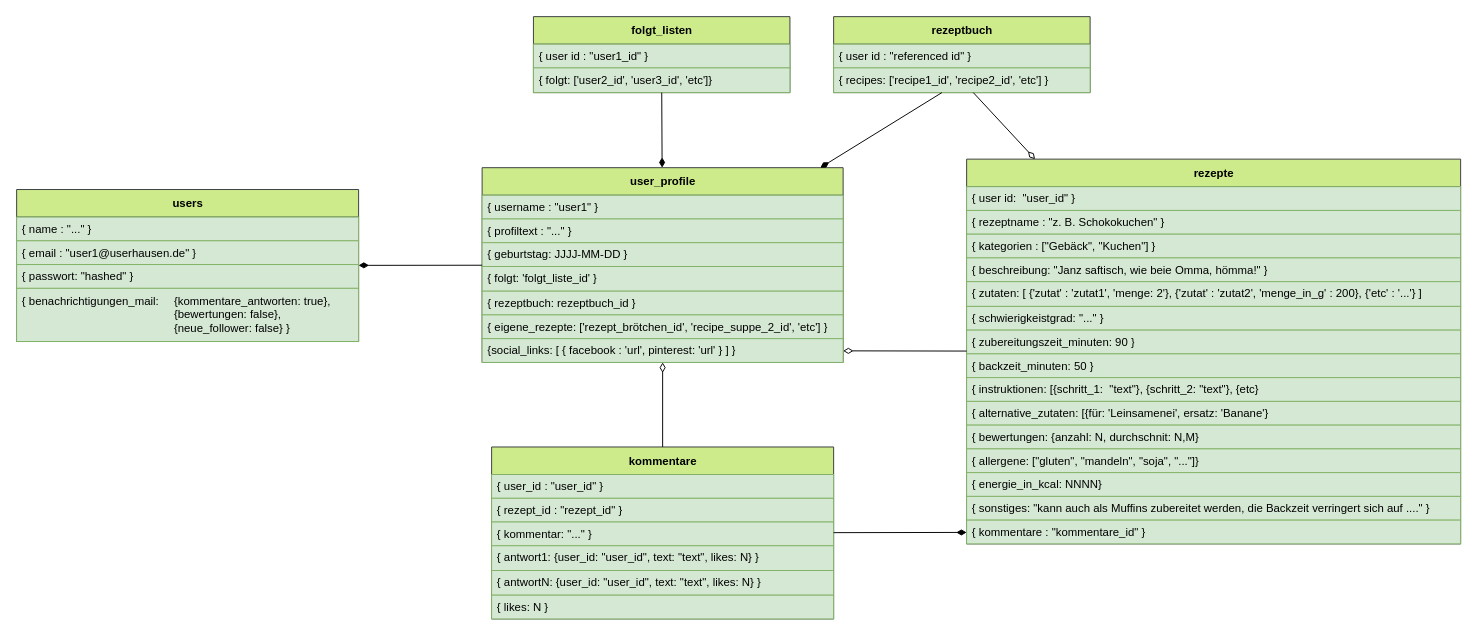
Above: klassendiagramm.drawio in MaPankow/MongoDB_Rezepte_Social_Network (draw.io), before the change. Source tidied: cells renumbered, new cells numbered last; positions are measured from the earlier drawing's top-left corner, leaving out a move shared by most shapes. Both pictures are drawn from the tidied source at 95%, with x=0, y=0 at pixel (16, 16).
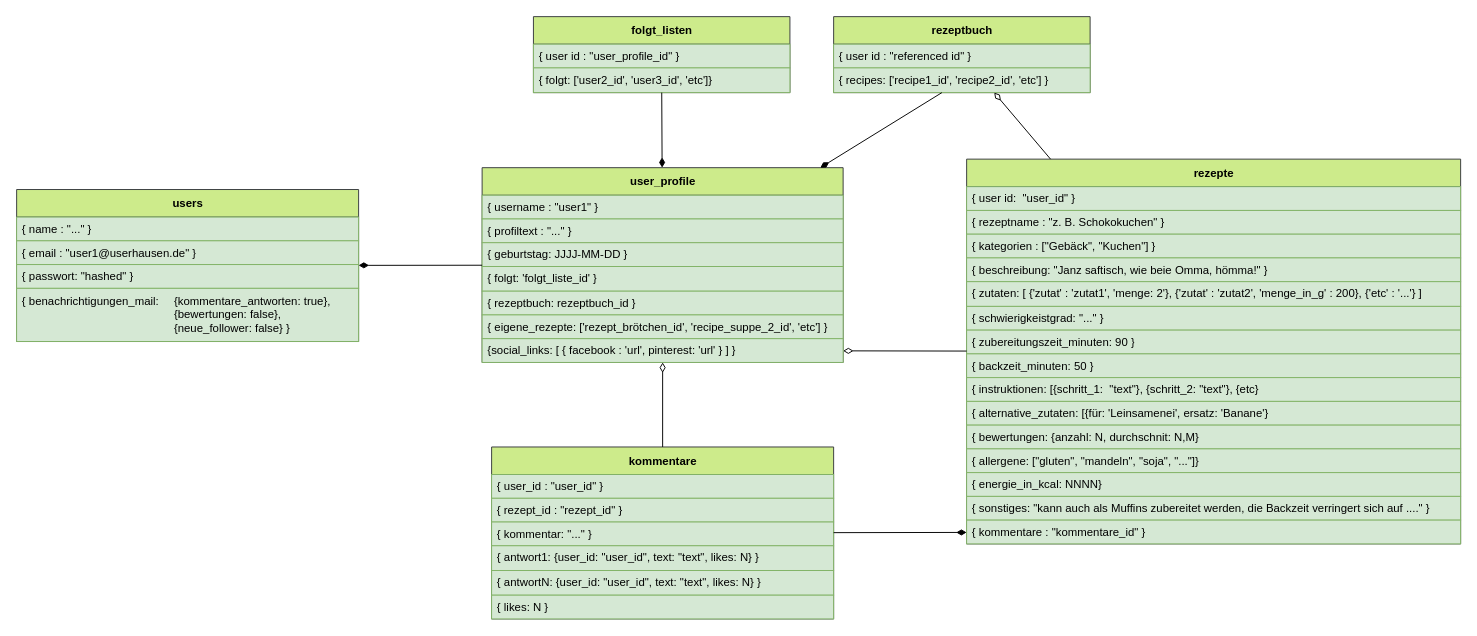
After the change.

Commit message (it also covers changes not shown here):
20 User-Dummydatensätze eingefügt

The change refers to these unchanged cells:
```xml
<mxCell id="10" value="folgt_listen" style="swimlane;fontStyle=1;align=center;verticalAlign=middle;horizontal=1;startSize=29;html=1;fillColor=#cdeb8b;strokeColor=#36393d;" parent="1" vertex="1">
  <mxGeometry x="544" width="270" height="80" as="geometry" />
</mxCell>
<mxCell id="15" value="{ recipes: ['recipe1_id', 'recipe2_id', 'etc'] }" style="text;html=1;strokeColor=#82b366;fillColor=#d5e8d4;align=left;verticalAlign=middle;spacingLeft=4;spacingRight=4;overflow=hidden;points=[[0,0.5],[1,0.5]];portConstraint=eastwest;" parent="13" vertex="1">
  <mxGeometry y="54" width="270" height="26" as="geometry" />
</mxCell>
<mxCell id="16" value="rezepte" style="swimlane;fontStyle=1;align=center;verticalAlign=middle;horizontal=1;startSize=29;html=1;fillColor=#cdeb8b;strokeColor=#36393d;" parent="1" vertex="1">
  <mxGeometry x="1000" y="150" width="520" height="405" as="geometry" />
</mxCell>
```

Diff of the diagram source:
```diff
@@
-    <mxCell id="11" value="{ user id : &quot;user1_id&quot; }" style="text;html=1;strokeColor=#82b366;fillColor=#d5e8d4;align=left;verticalAlign=middle;spacingLeft=4;spacingRight=4;overflow=hidden;" parent="10" vertex="1">
+    <mxCell id="11" value="{ user id : &quot;user_profile_id&quot; }" style="text;html=1;strokeColor=#82b366;fillColor=#d5e8d4;align=left;verticalAlign=middle;spacingLeft=4;spacingRight=4;overflow=hidden;" parent="10" vertex="1">
       <mxGeometry y="29" width="270" height="25" as="geometry" />
     </mxCell>
@@
-    <mxCell id="44" style="endArrow=none;startArrow=diamondThin;endFill=0;startFill=0;html=1;verticalAlign=bottom;labelBackgroundColor=none;strokeWidth=1;startSize=8;endSize=8;" parent="1" edge="1" source="16" target="15">
-      <mxGeometry relative="1" as="geometry" />
-    </mxCell>
@@
+    <mxCell id="51" style="endArrow=none;startArrow=diamondThin;endFill=0;startFill=0;html=1;verticalAlign=bottom;labelBackgroundColor=none;strokeWidth=1;startSize=8;endSize=8;exitX=0.626;exitY=1;exitDx=0;exitDy=0;exitPerimeter=0;" parent="1" edge="1" source="15" target="16">
+      <mxGeometry relative="1" as="geometry" />
+    </mxCell>
```
